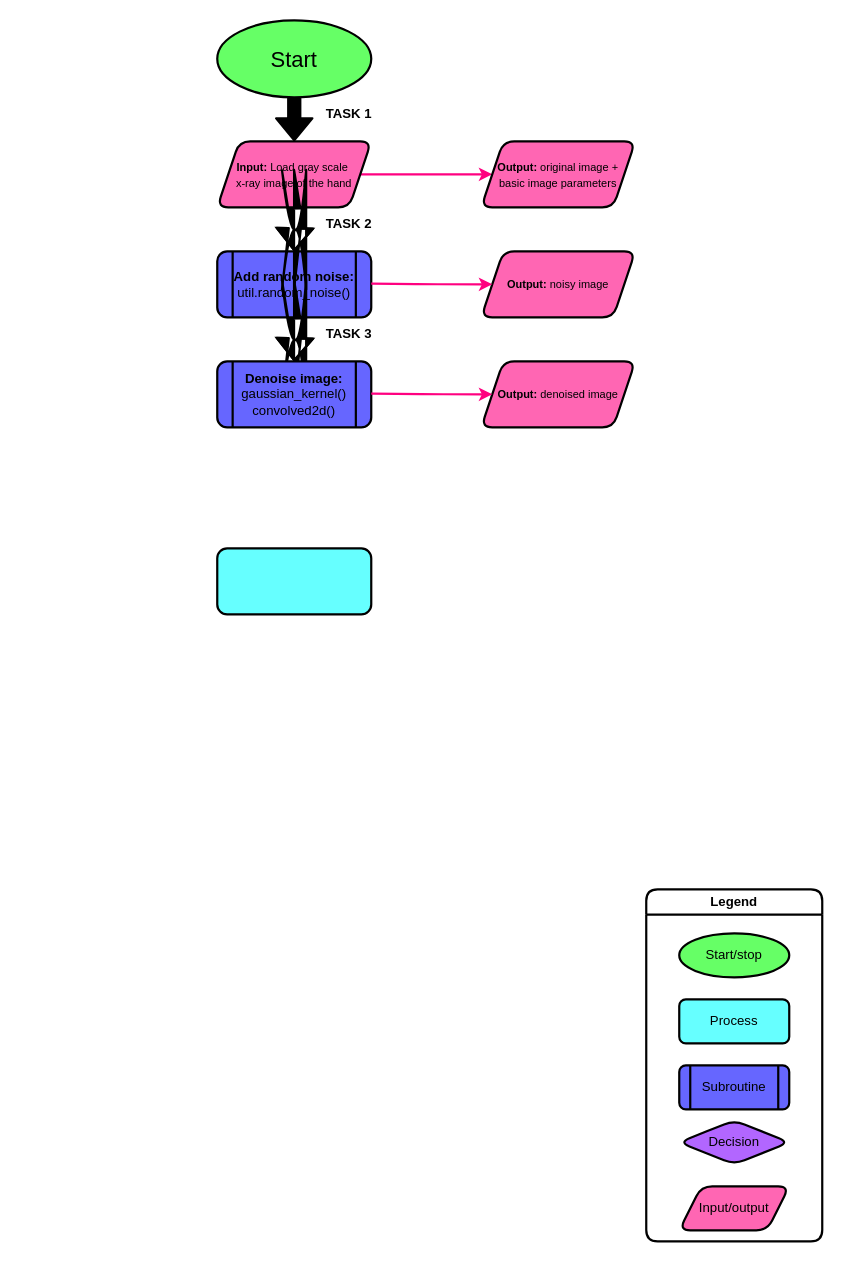
LiseKleinbekman/Bachelor-codes keeps this draw.io diagram as BIP/Untitled Diagram.drawio. Above is the earlier version. Source tidied: cells renumbered, new cells numbered last; positions are measured from the earlier drawing's top-left corner, leaving out a move shared by most shapes. Both pictures are drawn from the tidied source at 110%, with x=0, y=0 at pixel (217, 20).
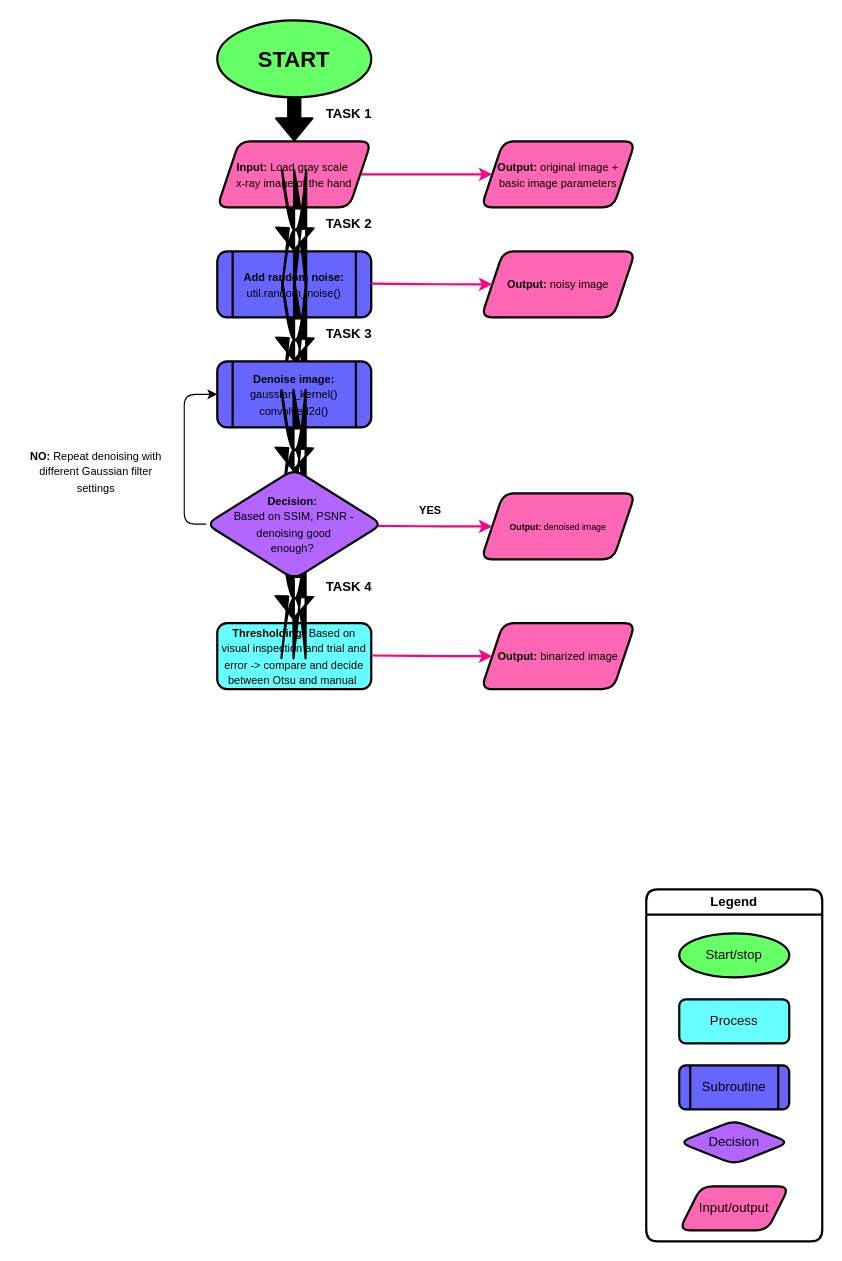
Above is the later version.

What changed in the source:
```diff
@@
-    <mxCell id="9" value="&lt;font style=&quot;font-size: 20px;&quot;&gt;Start&lt;/font&gt;" style="ellipse;whiteSpace=wrap;html=1;strokeWidth=2;fillColor=#66FF66;rounded=1;" parent="1" vertex="1">
+    <mxCell id="9" value="&lt;font style=&quot;font-size: 20px;&quot;&gt;&lt;b&gt;START&lt;/b&gt;&lt;/font&gt;" style="ellipse;whiteSpace=wrap;html=1;strokeWidth=2;fillColor=#66FF66;rounded=1;" parent="1" vertex="1">
       <mxGeometry width="140" height="70" as="geometry" />
     </mxCell>
@@
-    <mxCell id="13" value="&lt;b&gt;Add random noise:&lt;/b&gt;&lt;div&gt;util.random_noise()&lt;/div&gt;" style="shape=process;whiteSpace=wrap;html=1;backgroundOutline=1;rounded=1;strokeWidth=2;fillColor=#6666FF;" parent="1" vertex="1">
+    <mxCell id="13" value="&lt;b&gt;&lt;font style=&quot;font-size: 10px;&quot;&gt;Add random noise:&lt;/font&gt;&lt;/b&gt;&lt;div&gt;&lt;font style=&quot;font-size: 10px;&quot;&gt;util.random_noise()&lt;/font&gt;&lt;/div&gt;" style="shape=process;whiteSpace=wrap;html=1;backgroundOutline=1;rounded=1;strokeWidth=2;fillColor=#6666FF;" parent="1" vertex="1">
       <mxGeometry y="210" width="140" height="60" as="geometry" />
     </mxCell>
@@
-    <mxCell id="15" style="rounded=1;whiteSpace=wrap;html=1;fillColor=#66FFFF;strokeWidth=2;" parent="1" vertex="1">
-      <mxGeometry y="480" width="140" height="60" as="geometry" />
+    <mxCell id="15" value="&lt;font style=&quot;font-size: 10px;&quot;&gt;&lt;b style=&quot;&quot;&gt;Thresholding: &lt;/b&gt;Based on visual inspection and trial and error -&amp;gt; compare and decide between Otsu and manual&amp;nbsp;&lt;/font&gt;" style="rounded=1;whiteSpace=wrap;html=1;fillColor=#66FFFF;strokeWidth=2;" parent="1" vertex="1">
+      <mxGeometry y="548" width="140" height="60" as="geometry" />
     </mxCell>
@@
-    <mxCell id="21" value="&lt;b&gt;Denoise image:&lt;/b&gt;&lt;div&gt;gaussian_kernel()&lt;/div&gt;&lt;div&gt;convolved2d()&lt;/div&gt;" style="shape=process;whiteSpace=wrap;html=1;backgroundOutline=1;rounded=1;strokeWidth=2;fillColor=#6666FF;" parent="1" vertex="1">
+    <mxCell id="21" value="&lt;b&gt;&lt;font style=&quot;font-size: 10px;&quot;&gt;Denoise image:&lt;/font&gt;&lt;/b&gt;&lt;div&gt;&lt;font style=&quot;font-size: 10px;&quot;&gt;gaussian_kernel()&lt;/font&gt;&lt;/div&gt;&lt;div&gt;&lt;font style=&quot;font-size: 10px;&quot;&gt;convolved2d()&lt;/font&gt;&lt;/div&gt;" style="shape=process;whiteSpace=wrap;html=1;backgroundOutline=1;rounded=1;strokeWidth=2;fillColor=#6666FF;" parent="1" vertex="1">
       <mxGeometry y="310" width="140" height="60" as="geometry" />
     </mxCell>
-    <mxCell id="22" value="&lt;span style=&quot;font-size: 10px;&quot;&gt;&lt;b&gt;Output: &lt;/b&gt;denoised image&lt;/span&gt;" style="shape=parallelogram;perimeter=parallelogramPerimeter;whiteSpace=wrap;html=1;fixedSize=1;strokeWidth=2;fillColor=#FF66B3;rounded=1;" parent="1" vertex="1">
-      <mxGeometry x="240" y="310" width="140" height="60" as="geometry" />
+    <mxCell id="22" value="&lt;font style=&quot;font-size: 8px;&quot;&gt;&lt;b style=&quot;&quot;&gt;Output: &lt;/b&gt;denoised image&lt;/font&gt;" style="shape=parallelogram;perimeter=parallelogramPerimeter;whiteSpace=wrap;html=1;fixedSize=1;strokeWidth=2;fillColor=#FF66B3;rounded=1;" parent="1" vertex="1">
+      <mxGeometry x="240" y="430" width="140" height="60" as="geometry" />
     </mxCell>
@@
     <mxCell id="24" style="edgeStyle=orthogonalEdgeStyle;rounded=1;orthogonalLoop=1;jettySize=auto;html=1;exitX=1;exitY=0.5;exitDx=0;exitDy=0;strokeWidth=2;fillColor=#FF66B3;strokeColor=#FF0080;" parent="1" edge="1">
       <mxGeometry relative="1" as="geometry">
-        <mxPoint x="140" y="339.4" as="sourcePoint" />
-        <mxPoint x="250" y="340" as="targetPoint" />
+        <mxPoint x="140" y="459.5" as="sourcePoint" />
+        <mxPoint x="250" y="460.1" as="targetPoint" />
       </mxGeometry>
     </mxCell>
+    <mxCell id="25" style="edgeStyle=orthogonalEdgeStyle;rounded=1;orthogonalLoop=1;jettySize=auto;html=1;exitX=0.5;exitY=1;exitDx=0;exitDy=0;entryX=0.5;entryY=0;entryDx=0;entryDy=0;shape=flexArrow;strokeWidth=2;fillColor=#000000;strokeColor=#000000;" parent="1" edge="1">
+      <mxGeometry relative="1" as="geometry">
+        <mxPoint x="69.5" y="505" as="sourcePoint" />
+        <mxPoint x="69.5" y="545" as="targetPoint" />
+      </mxGeometry>
+    </mxCell>
+    <mxCell id="26" value="&lt;b&gt;TASK 4&lt;/b&gt;" style="text;html=1;whiteSpace=wrap;strokeColor=none;fillColor=none;align=center;verticalAlign=middle;rounded=0;" parent="1" vertex="1">
+      <mxGeometry x="90" y="500" width="60" height="30" as="geometry" />
+    </mxCell>
+    <mxCell id="27" style="edgeStyle=orthogonalEdgeStyle;rounded=1;orthogonalLoop=1;jettySize=auto;html=1;exitX=0.5;exitY=1;exitDx=0;exitDy=0;entryX=0.5;entryY=0;entryDx=0;entryDy=0;shape=flexArrow;strokeWidth=2;fillColor=#000000;strokeColor=#000000;" parent="1" edge="1">
+      <mxGeometry relative="1" as="geometry">
+        <mxPoint x="69.5" y="370" as="sourcePoint" />
+        <mxPoint x="69.5" y="410" as="targetPoint" />
+      </mxGeometry>
+    </mxCell>
+    <mxCell id="28" style="edgeStyle=orthogonalEdgeStyle;rounded=1;jettySize=auto;html=1;exitX=0;exitY=0.5;exitDx=0;exitDy=0;entryX=0;entryY=0.5;entryDx=0;entryDy=0;" parent="1" edge="1" source="30" target="21">
+      <mxGeometry relative="1" as="geometry" />
+    </mxCell>
+    <mxCell id="29" style="edgeStyle=orthogonalEdgeStyle;rounded=1;jettySize=auto;html=1;" parent="1" edge="1" source="30" target="15">
+      <mxGeometry relative="1" as="geometry" />
+    </mxCell>
+    <mxCell id="30" value="&lt;b&gt;&lt;font style=&quot;font-size: 10px;&quot;&gt;Decision:&amp;nbsp;&lt;/font&gt;&lt;/b&gt;&lt;div&gt;&lt;font style=&quot;font-size: 10px;&quot;&gt;Based&amp;nbsp;&lt;span style=&quot;background-color: transparent; color: light-dark(rgb(0, 0, 0), rgb(255, 255, 255));&quot;&gt;on SSIM,&amp;nbsp;&lt;/span&gt;&lt;span style=&quot;background-color: transparent; color: light-dark(rgb(0, 0, 0), rgb(255, 255, 255));&quot;&gt;PSNR -&lt;/span&gt;&lt;/font&gt;&lt;div&gt;&lt;div&gt;&lt;span style=&quot;background-color: transparent; color: light-dark(rgb(0, 0, 0), rgb(255, 255, 255));&quot;&gt;&lt;font style=&quot;font-size: 10px;&quot;&gt;denoising good&lt;/font&gt;&lt;/span&gt;&lt;/div&gt;&lt;div&gt;&lt;span style=&quot;background-color: transparent; color: light-dark(rgb(0, 0, 0), rgb(255, 255, 255));&quot;&gt;&lt;font style=&quot;font-size: 10px;&quot;&gt;enough?&amp;nbsp;&lt;/font&gt;&lt;/span&gt;&lt;/div&gt;&lt;/div&gt;&lt;/div&gt;" style="rhombus;whiteSpace=wrap;html=1;fillColor=#B266FF;strokeWidth=2;rounded=1;" parent="1" vertex="1">
+      <mxGeometry x="-10" y="408" width="160" height="100" as="geometry" />
+    </mxCell>
+    <mxCell id="31" value="&lt;font style=&quot;font-size: 10px;&quot;&gt;&lt;b style=&quot;&quot;&gt;NO:&amp;nbsp;&lt;/b&gt;Repeat denoising with different Gaussian filter settings&lt;/font&gt;" style="text;html=1;whiteSpace=wrap;strokeColor=none;fillColor=none;align=center;verticalAlign=middle;rounded=0;" parent="1" vertex="1">
+      <mxGeometry x="-180" y="380" width="140" height="60" as="geometry" />
+    </mxCell>
+    <mxCell id="32" value="&lt;b&gt;&lt;font style=&quot;font-size: 10px;&quot;&gt;YES&lt;/font&gt;&lt;/b&gt;" style="text;html=1;whiteSpace=wrap;strokeColor=none;fillColor=none;align=center;verticalAlign=middle;rounded=0;" parent="1" vertex="1">
+      <mxGeometry x="163.5" y="430" width="60" height="30" as="geometry" />
+    </mxCell>
+    <mxCell id="33" value="&lt;span style=&quot;font-size: 10px;&quot;&gt;&lt;b&gt;Output: &lt;/b&gt;binarized image&lt;/span&gt;" style="shape=parallelogram;perimeter=parallelogramPerimeter;whiteSpace=wrap;html=1;fixedSize=1;strokeWidth=2;fillColor=#FF66B3;rounded=1;" parent="1" vertex="1">
+      <mxGeometry x="240" y="548" width="140" height="60" as="geometry" />
+    </mxCell>
+    <mxCell id="34" style="edgeStyle=orthogonalEdgeStyle;rounded=1;jettySize=auto;html=1;exitX=1;exitY=0.5;exitDx=0;exitDy=0;strokeWidth=2;fillColor=#FF66B3;strokeColor=#FF0080;" parent="1" edge="1" target="33">
+      <mxGeometry relative="1" as="geometry">
+        <mxPoint x="140" y="577.4" as="sourcePoint" />
+      </mxGeometry>
+    </mxCell>
```
